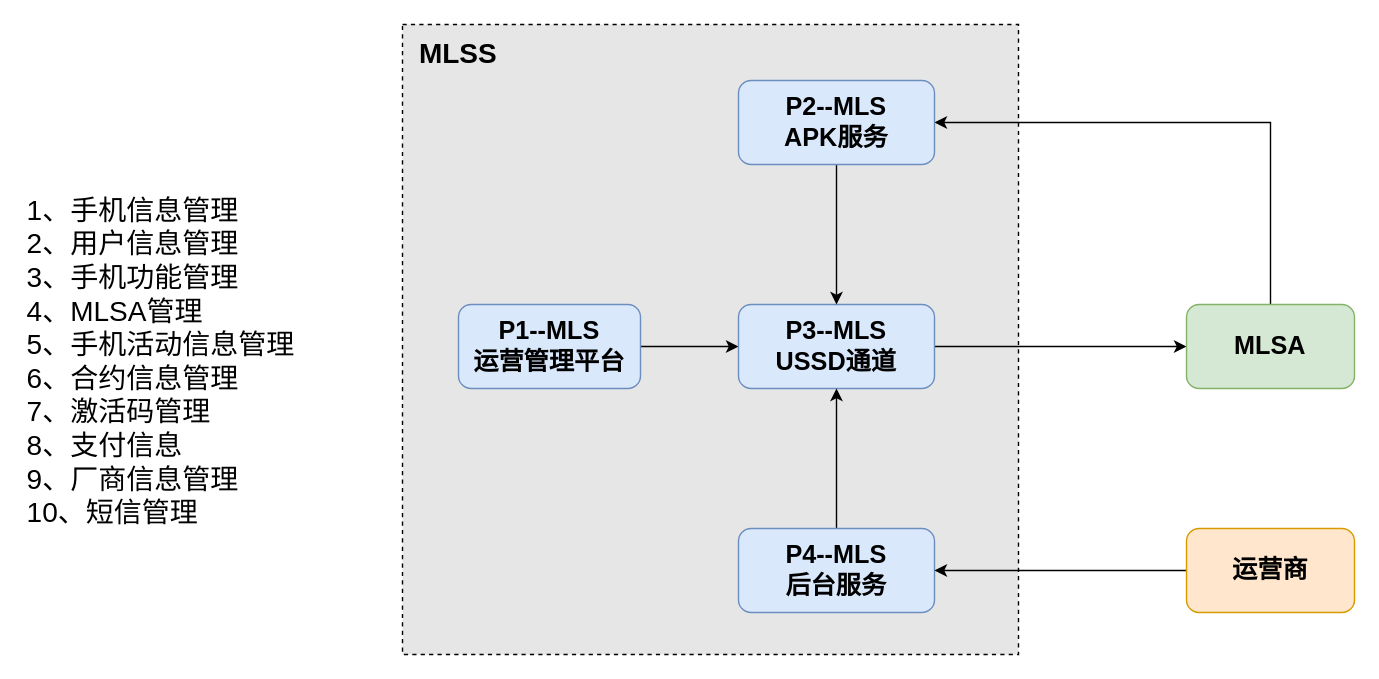
This is MLS.drawio from buff0000/draw.io, a draw.io file, before an edit. Source tidied: cells renumbered, new cells numbered last; positions are measured from the earlier drawing's top-left corner, leaving out a move shared by most shapes. Both pictures are drawn from the tidied source at 140%, with x=0, y=0 at pixel (24, 24).
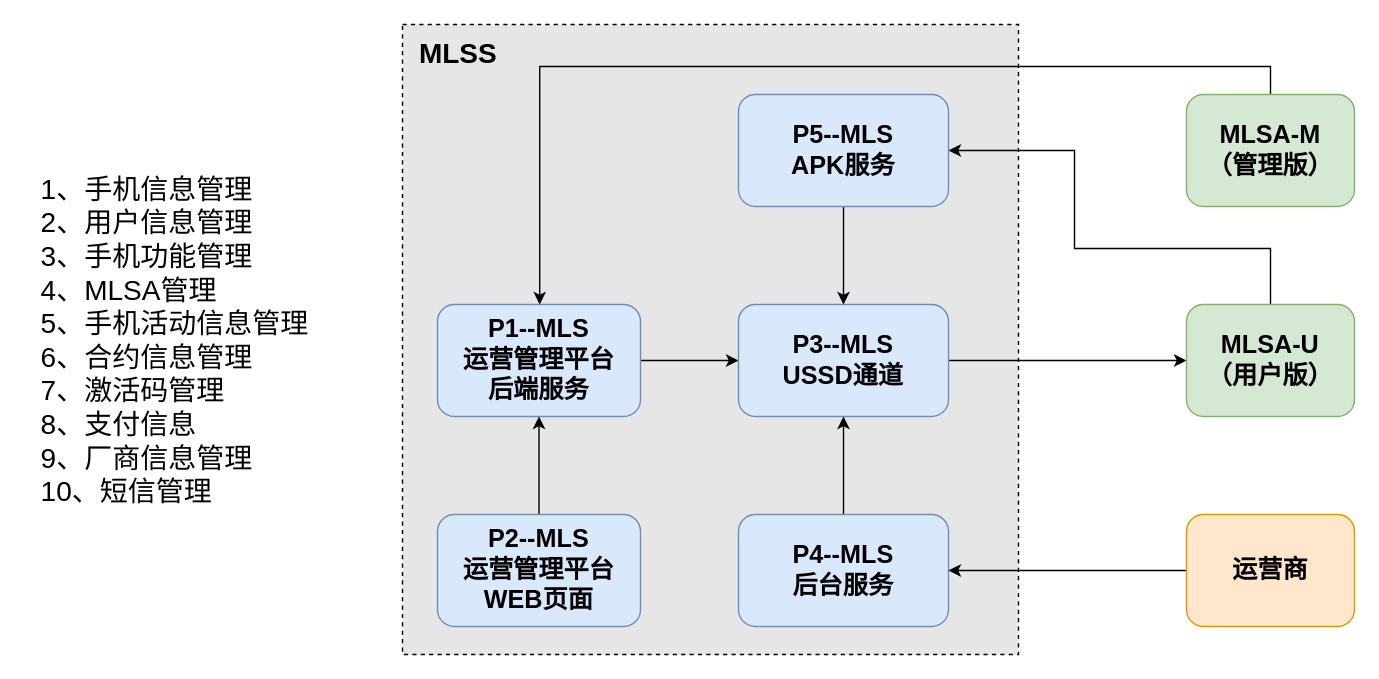
The same diagram, later.

Change to the diagram source:
```diff
@@
-    <mxCell id="4" value="P1--MLS&lt;br style=&quot;font-size: 18px;&quot;&gt;运营管理平台" style="rounded=1;whiteSpace=wrap;html=1;fillColor=#dae8fc;strokeColor=#6c8ebf;fontSize=18;fontStyle=1;" parent="1" vertex="1">
-      <mxGeometry x="310" y="200" width="130" height="60" as="geometry" />
+    <mxCell id="4" value="P1--MLS&lt;br style=&quot;font-size: 18px&quot;&gt;运营管理平台&lt;br&gt;后端服务" style="rounded=1;whiteSpace=wrap;html=1;fillColor=#dae8fc;strokeColor=#6c8ebf;fontSize=18;fontStyle=1;" parent="1" vertex="1">
+      <mxGeometry x="295" y="200" width="145" height="80" as="geometry" />
     </mxCell>
@@
     <mxCell id="6" value="P3--MLS&lt;br style=&quot;font-size: 18px;&quot;&gt;USSD通道" style="rounded=1;whiteSpace=wrap;html=1;fillColor=#dae8fc;strokeColor=#6c8ebf;fontSize=18;fontStyle=1;" parent="1" vertex="1">
-      <mxGeometry x="510" y="200" width="140" height="60" as="geometry" />
+      <mxGeometry x="510" y="200" width="150" height="80" as="geometry" />
     </mxCell>
@@
     <mxCell id="8" value="P4--MLS&lt;br style=&quot;font-size: 18px;&quot;&gt;后台服务" style="rounded=1;whiteSpace=wrap;html=1;fillColor=#dae8fc;strokeColor=#6c8ebf;fontSize=18;fontStyle=1;" parent="1" vertex="1">
-      <mxGeometry x="510" y="360" width="140" height="60" as="geometry" />
+      <mxGeometry x="510" y="350" width="150" height="80" as="geometry" />
     </mxCell>
@@
     <mxCell id="10" value="运营商" style="rounded=1;whiteSpace=wrap;html=1;fillColor=#ffe6cc;strokeColor=#d79b00;fontSize=18;fontStyle=1;" parent="1" vertex="1">
-      <mxGeometry x="830" y="360" width="120" height="60" as="geometry" />
+      <mxGeometry x="830" y="350" width="120" height="80" as="geometry" />
     </mxCell>
     <mxCell id="11" style="edgeStyle=orthogonalEdgeStyle;rounded=0;jettySize=auto;html=1;exitX=0.5;exitY=0;exitDx=0;exitDy=0;entryX=1;entryY=0.5;entryDx=0;entryDy=0;" parent="1" edge="1" source="12" target="14">
-      <mxGeometry relative="1" as="geometry" />
+      <mxGeometry relative="1" as="geometry">
+        <Array as="points">
+          <mxPoint x="890" y="160" />
+          <mxPoint x="750" y="160" />
+          <mxPoint x="750" y="90" />
+        </Array>
+      </mxGeometry>
     </mxCell>
-    <mxCell id="12" value="MLSA" style="rounded=1;whiteSpace=wrap;html=1;fillColor=#d5e8d4;strokeColor=#82b366;fontSize=18;fontStyle=1;" parent="1" vertex="1">
-      <mxGeometry x="830" y="200" width="120" height="60" as="geometry" />
+    <mxCell id="12" value="MLSA-U&lt;br&gt;（用户版）" style="rounded=1;whiteSpace=wrap;html=1;fillColor=#d5e8d4;strokeColor=#82b366;fontSize=18;fontStyle=1;" parent="1" vertex="1">
+      <mxGeometry x="830" y="200" width="120" height="80" as="geometry" />
     </mxCell>
@@
-    <mxCell id="14" value="P2--MLS&lt;br style=&quot;font-size: 18px;&quot;&gt;APK服务" style="rounded=1;whiteSpace=wrap;html=1;fillColor=#dae8fc;strokeColor=#6c8ebf;fontSize=18;fontStyle=1;" parent="1" vertex="1">
-      <mxGeometry x="510" y="40" width="140" height="60" as="geometry" />
+    <mxCell id="14" value="P5--MLS&lt;br style=&quot;font-size: 18px&quot;&gt;APK服务" style="rounded=1;whiteSpace=wrap;html=1;fillColor=#dae8fc;strokeColor=#6c8ebf;fontSize=18;fontStyle=1;" parent="1" vertex="1">
+      <mxGeometry x="510" y="50" width="150" height="80" as="geometry" />
     </mxCell>
@@
     <mxCell id="16" value="1、手机信息管理&lt;br&gt;2、用户信息管理&lt;br&gt;3、手机功能管理&lt;br&gt;4、MLSA管理&lt;br&gt;5、手机活动信息管理&lt;br&gt;6、合约信息管理&lt;br&gt;7、激活码管理&lt;br&gt;8、支付信息&lt;br&gt;9、厂商信息管理&lt;br&gt;10、短信管理&lt;br&gt;" style="text;html=1;strokeColor=none;fillColor=none;align=left;verticalAlign=middle;whiteSpace=wrap;rounded=0;dashed=1;fontSize=20;" parent="1" vertex="1">
-      <mxGeometry y="100" width="220" height="280" as="geometry" />
+      <mxGeometry x="10" y="100" width="220" height="250" as="geometry" />
     </mxCell>
+    <mxCell id="17" style="edgeStyle=orthogonalEdgeStyle;rounded=0;jettySize=auto;html=1;entryX=0.5;entryY=1;entryDx=0;entryDy=0;fontSize=18;" parent="1" edge="1" source="18" target="4">
+      <mxGeometry relative="1" as="geometry" />
+    </mxCell>
+    <mxCell id="18" value="P2--MLS&lt;br style=&quot;font-size: 18px&quot;&gt;运营管理平台&lt;br&gt;WEB页面" style="rounded=1;whiteSpace=wrap;html=1;fillColor=#dae8fc;strokeColor=#6c8ebf;fontSize=18;fontStyle=1;" parent="1" vertex="1">
+      <mxGeometry x="295" y="350" width="145" height="80" as="geometry" />
+    </mxCell>
+    <mxCell id="19" style="edgeStyle=orthogonalEdgeStyle;rounded=0;jettySize=auto;html=1;fontSize=18;" parent="1" edge="1" source="20" target="4">
+      <mxGeometry relative="1" as="geometry">
+        <Array as="points">
+          <mxPoint x="890" y="30" />
+          <mxPoint x="368" y="30" />
+        </Array>
+      </mxGeometry>
+    </mxCell>
+    <mxCell id="20" value="MLSA-M&lt;br&gt;（管理版）" style="rounded=1;whiteSpace=wrap;html=1;fillColor=#d5e8d4;strokeColor=#82b366;fontSize=18;fontStyle=1;" parent="1" vertex="1">
+      <mxGeometry x="830" y="50" width="120" height="80" as="geometry" />
+    </mxCell>
```
